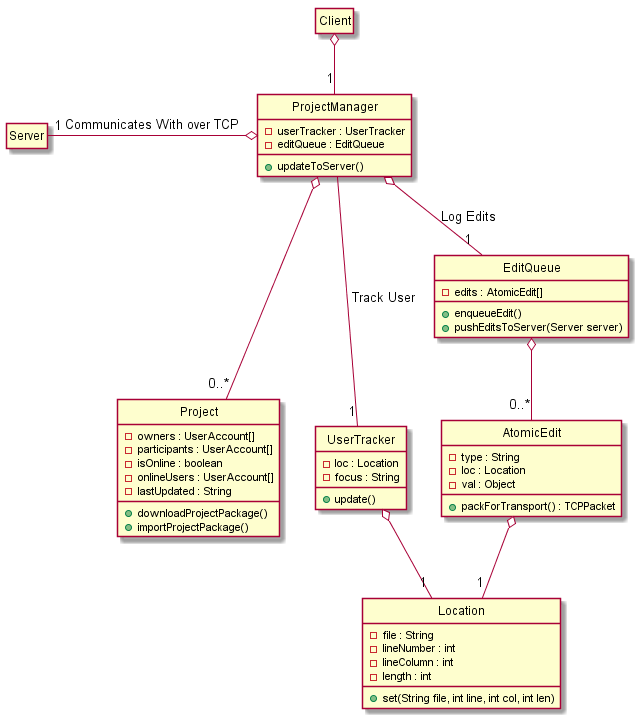
Above: hw3/Client/client_project.png in voxelv/sQuire_kw (PlantUML), before the change.
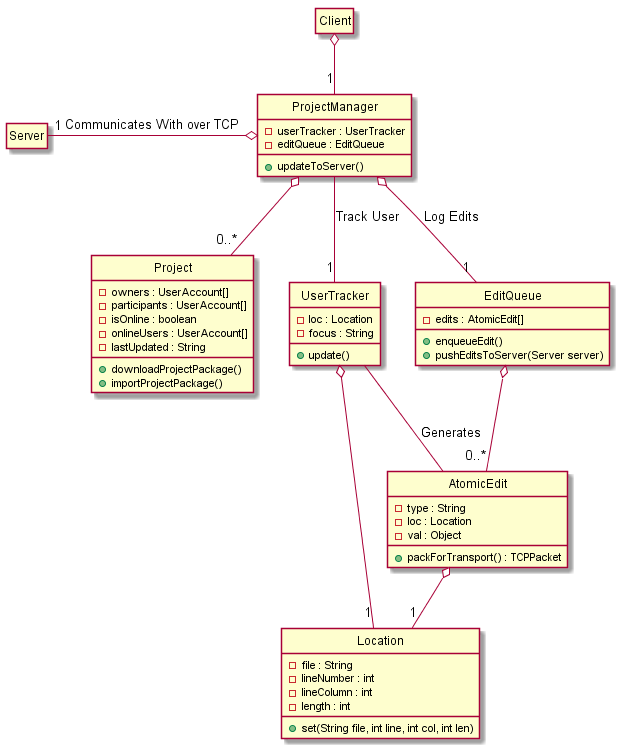
Later version of the same file.

Commit message:
Added 'Generates' path from UserTracker to AtomicEdit in client project.pu

The edit, as a diff of the source:
```diff
@@ -53,13 +53,14 @@
 
 sq_projmgr o-left- "1" sq_server : Communicates With over TCP
 
-sq_projmgr =-- "1" projmgr_utrack : Track User
+sq_projmgr -- "1" projmgr_utrack : Track User
 sq_projmgr o-- "1" projmgr_editq : Log Edits
-sq_projmgr o=-- "0..*" proj
+sq_projmgr o-- "0..*" proj
 
 projmgr_editq o-- "0..*" editq_atomedit
 
 projmgr_utrack o-- "1" loc
+projmgr_utrack -- editq_atomedit : Generates
 
 editq_atomedit o-- "1" loc
 
```
